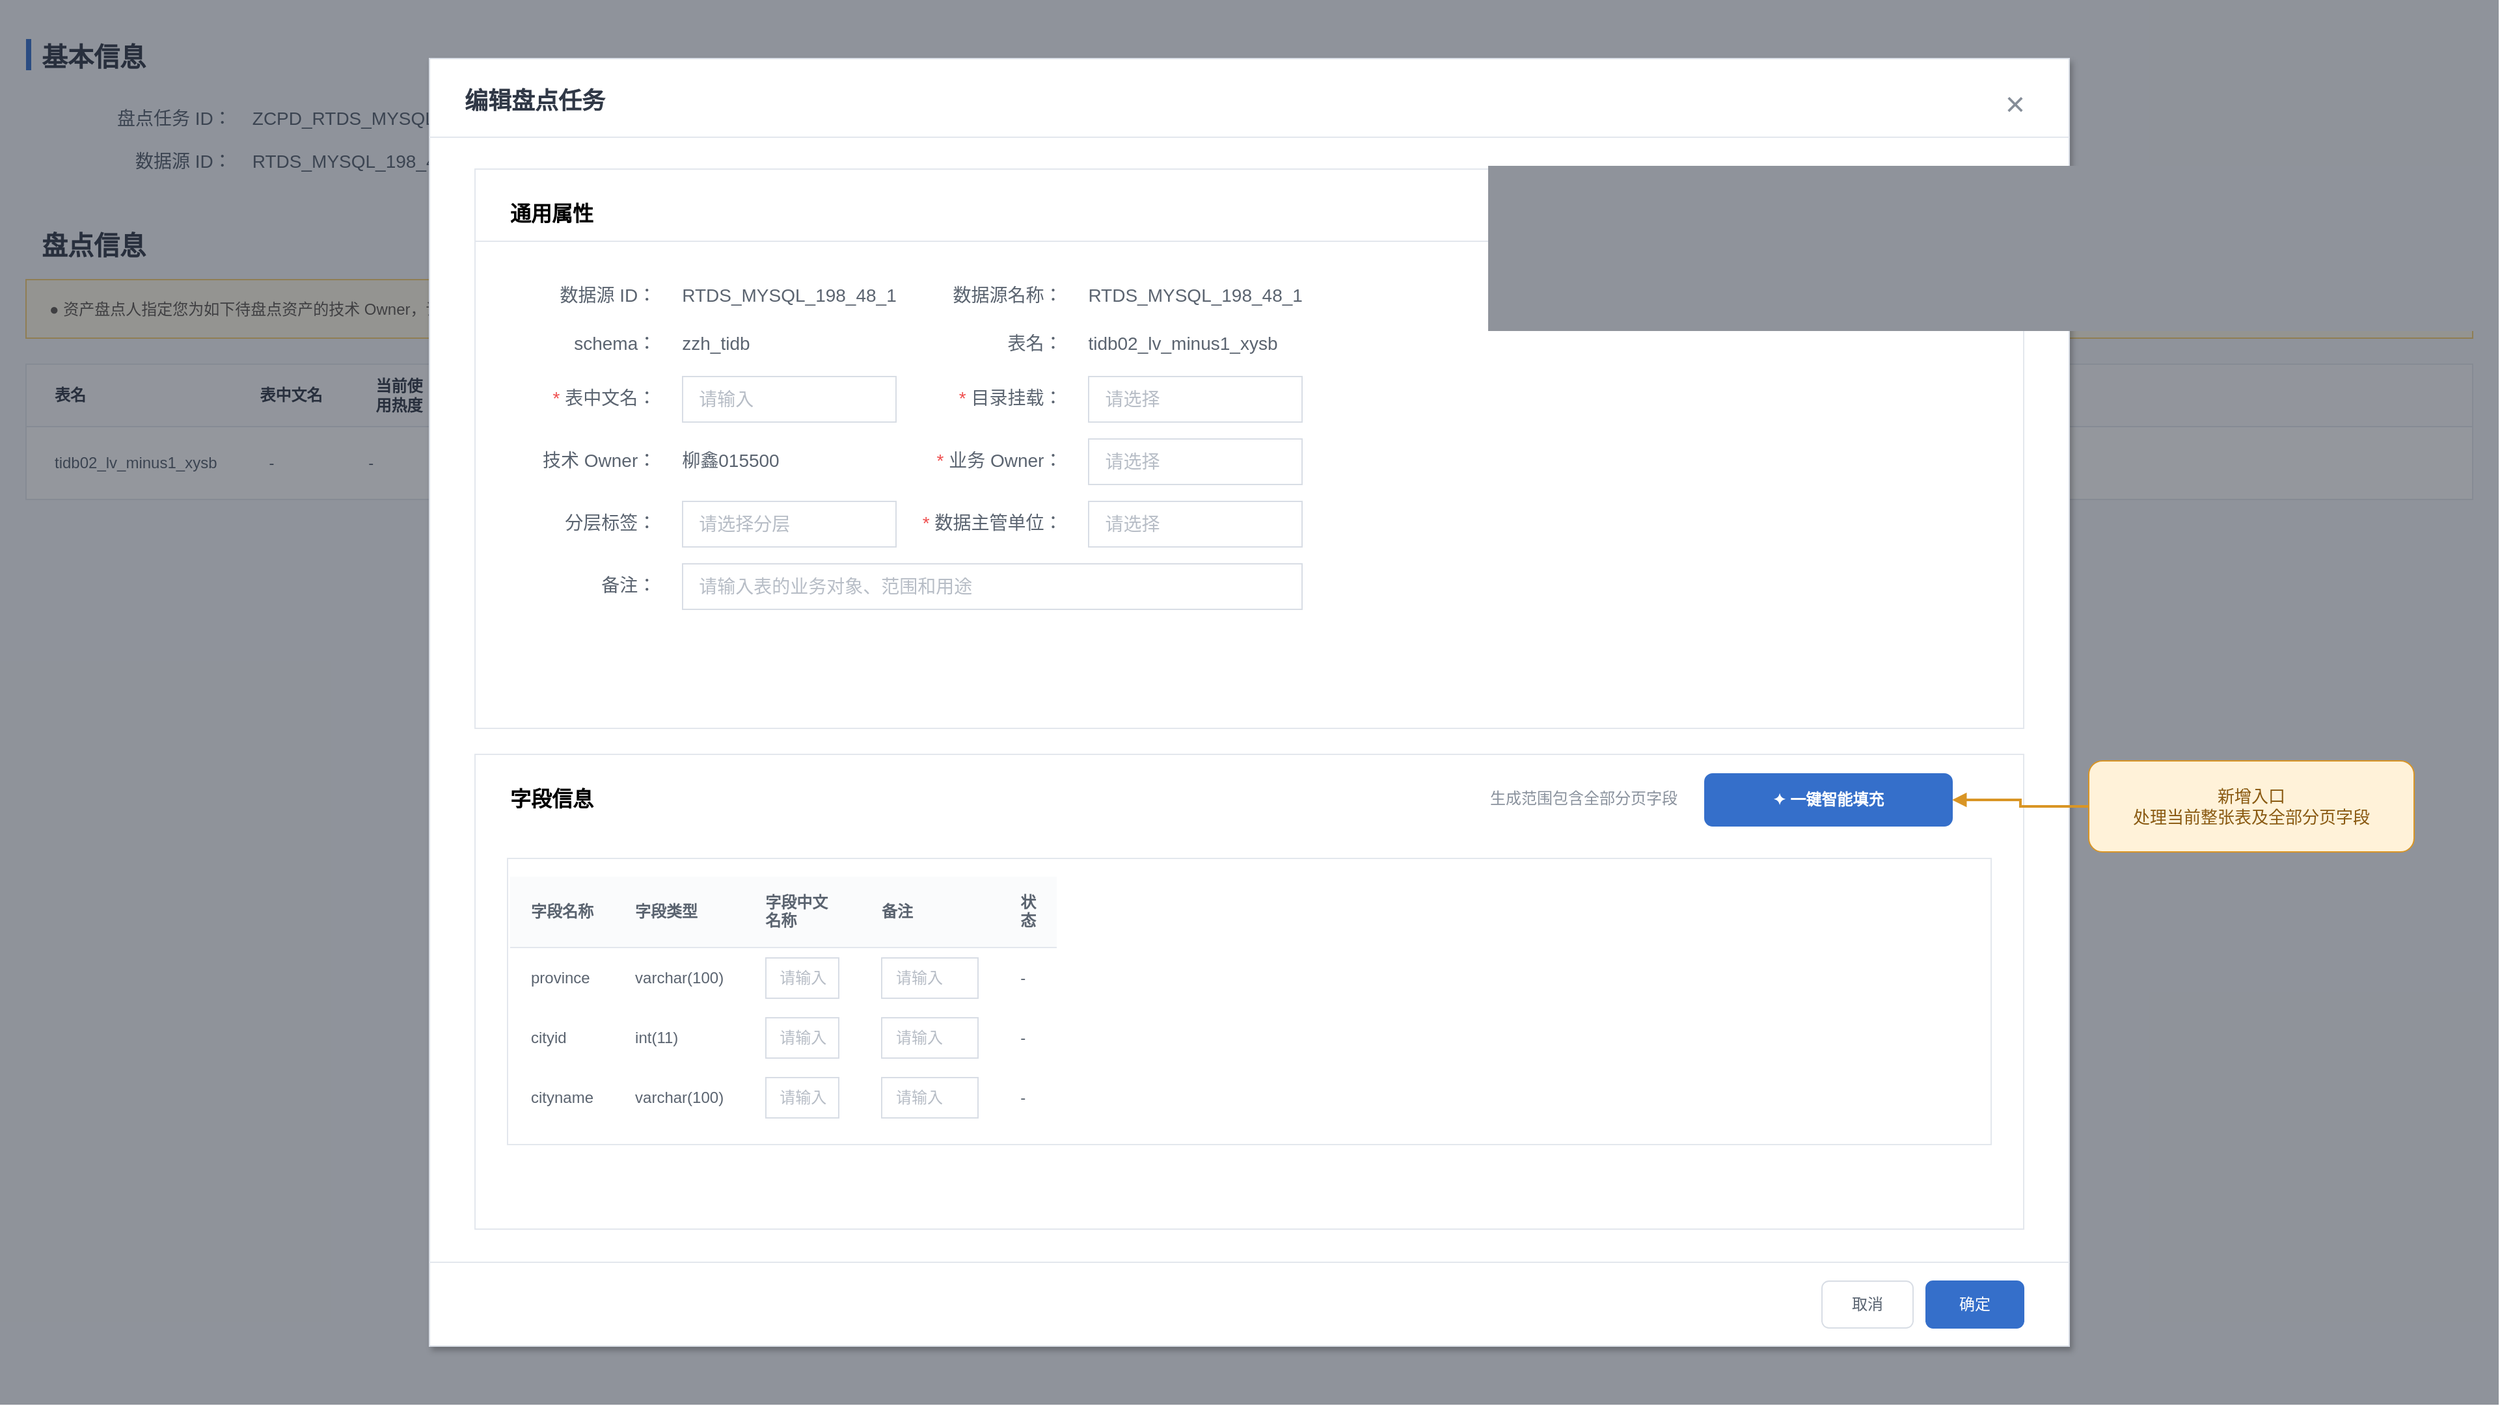
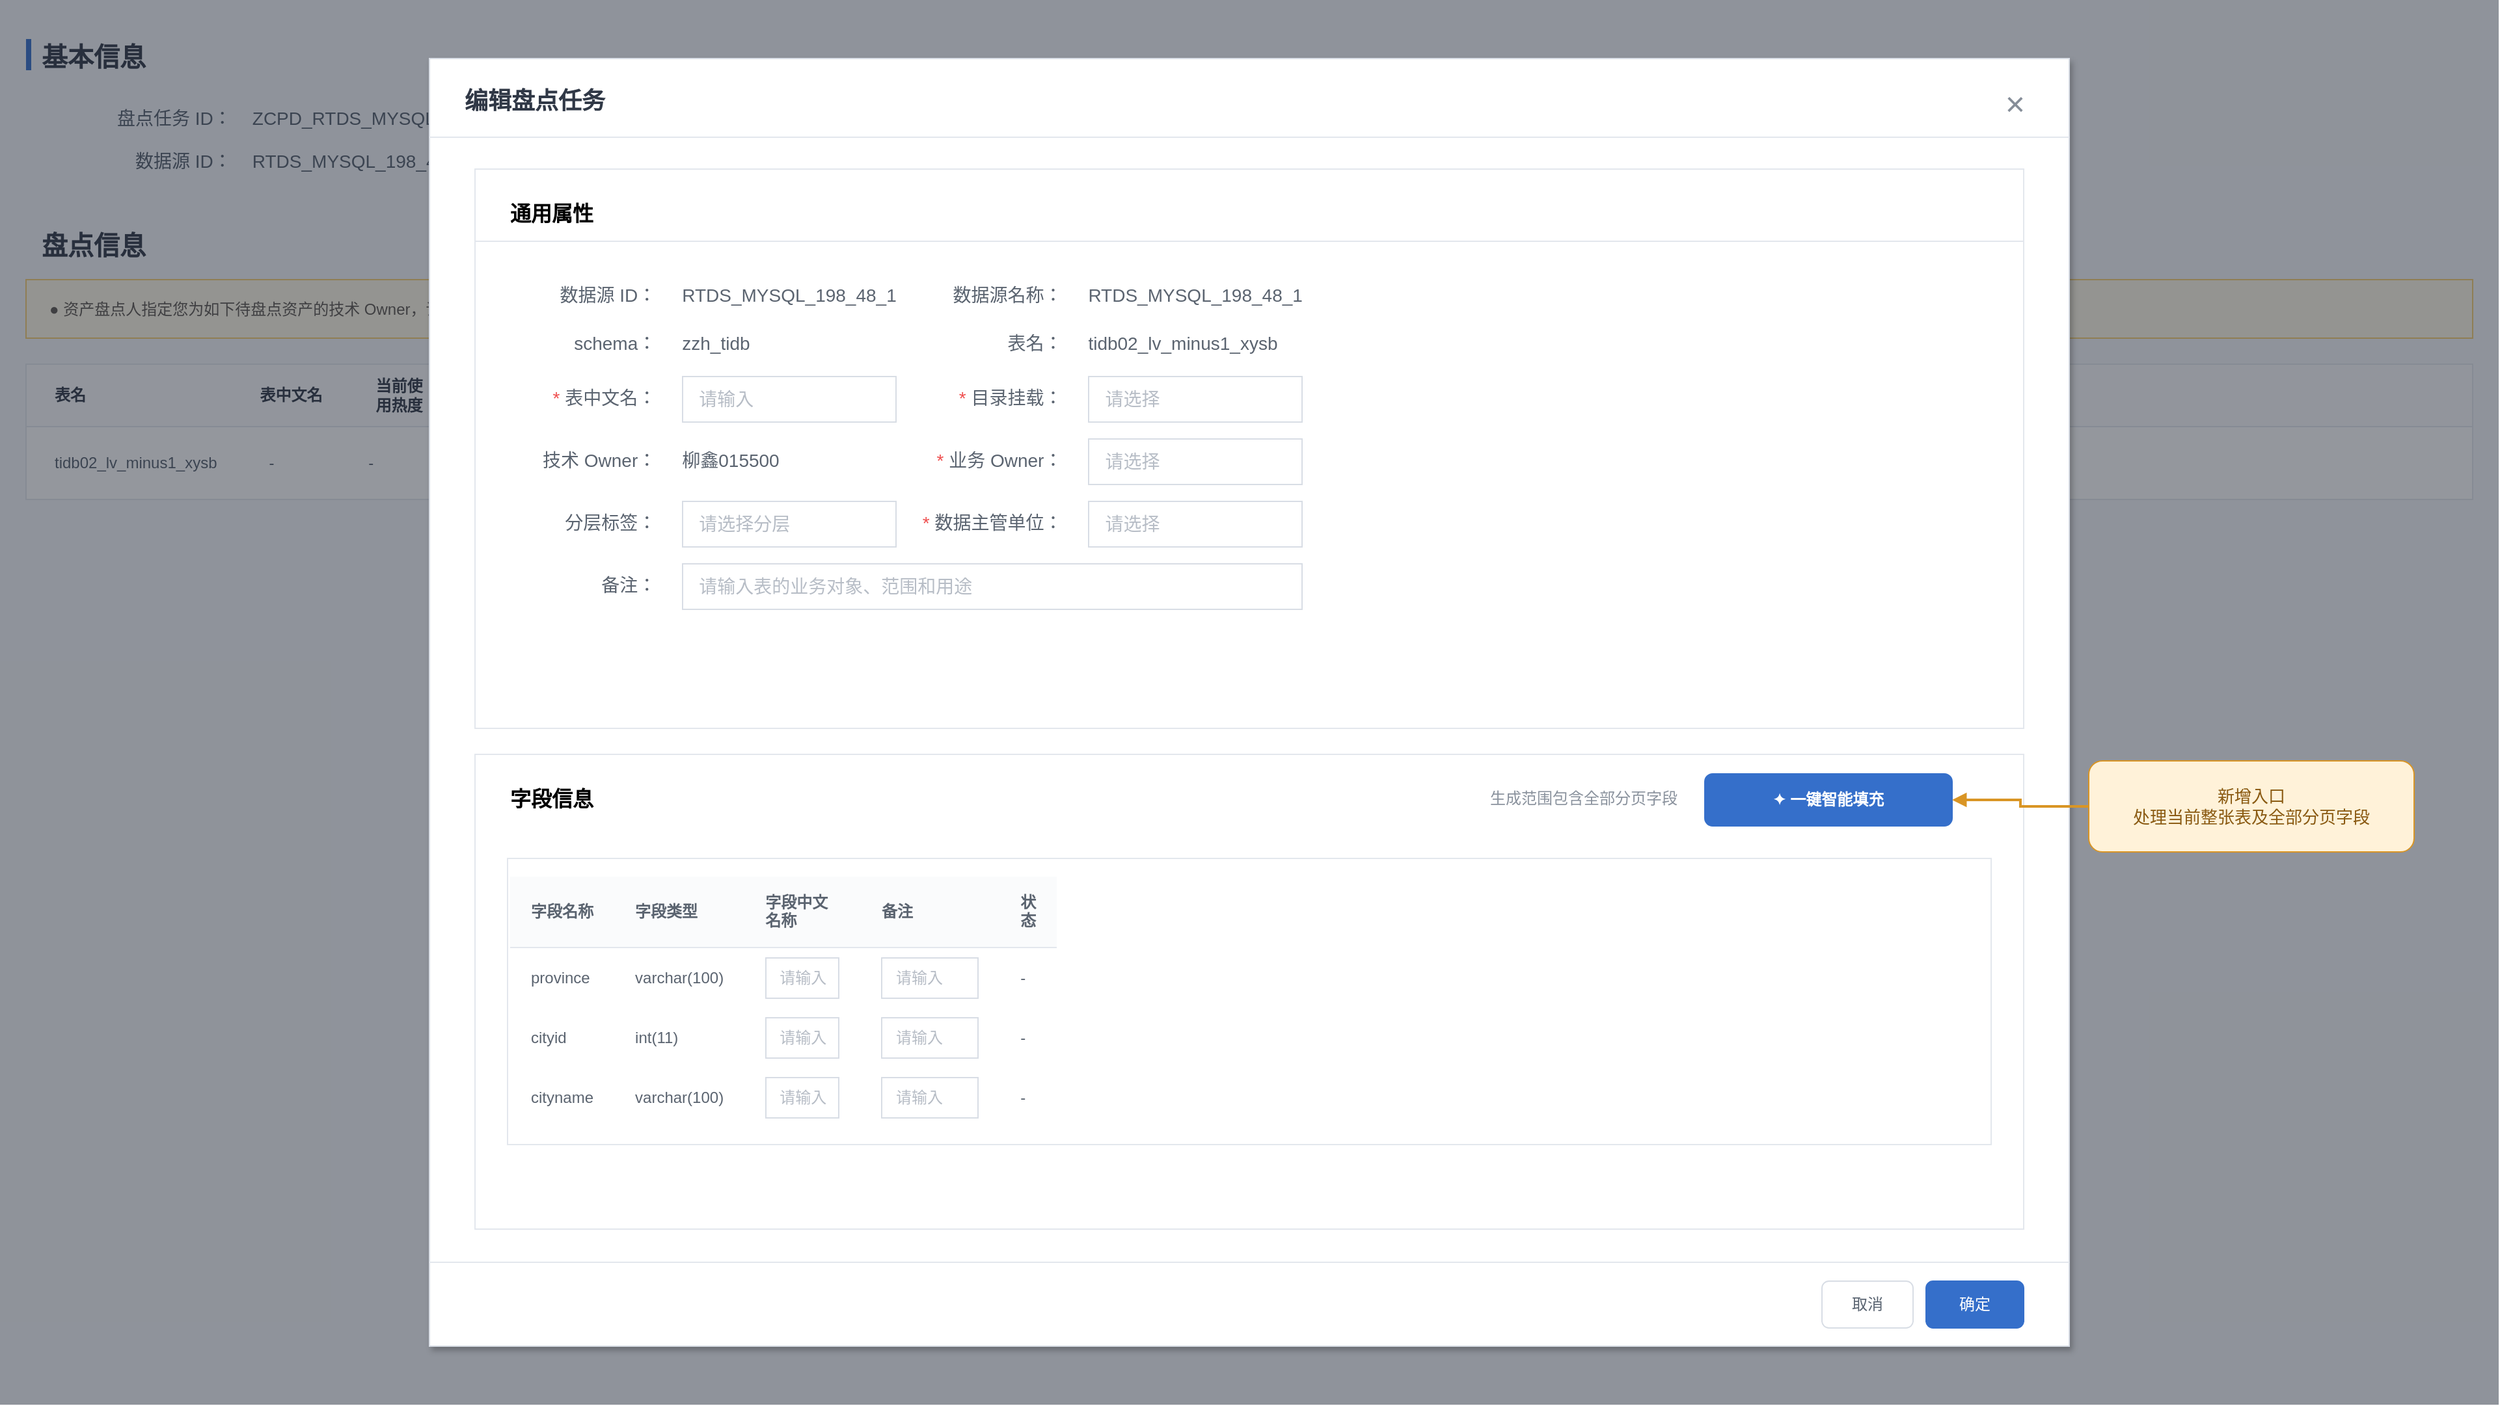
<?xml version="1.0" encoding="UTF-8"?>
<mxfile host="Electron" modified="2026-06-19T12:00:00.000Z" agent="Codex" version="26.0.4" type="device" compressed="false" pages="4">
  <diagram id="entry-page" name="01_一键填充入口">
    <mxGraphModel dx="1920" dy="1080" grid="1" gridSize="10" guides="1" tooltips="1" connect="1" arrows="1" fold="1" page="1" pageScale="1" pageWidth="1920" pageHeight="1080" math="0" shadow="0">
      <root>
        <mxCell id="0"/><mxCell id="1" parent="0"/>
        <mxCell id="bg" value="" style="rounded=0;whiteSpace=wrap;html=1;fillColor=#F5F7FA;strokeColor=none;" vertex="1" parent="1"><mxGeometry width="1920" height="1080" as="geometry"/></mxCell>
        <mxCell id="title1" value="基本信息" style="text;html=1;strokeColor=none;fillColor=none;align=left;verticalAlign=middle;fontSize=20;fontStyle=1;fontColor=#303846;" vertex="1" parent="1"><mxGeometry x="30" y="25" width="150" height="35" as="geometry"/></mxCell>
        <mxCell id="line1" value="" style="rounded=0;fillColor=#356FCA;strokeColor=none;" vertex="1" parent="1"><mxGeometry x="20" y="30" width="4" height="24" as="geometry"/></mxCell>
        <mxCell id="meta" value="&lt;table style=&quot;width:100%;border-collapse:collapse;&quot;&gt;&lt;tr&gt;&lt;td style=&quot;width:130px;text-align:right;padding:8px;&quot;&gt;盘点任务 ID：&lt;/td&gt;&lt;td style=&quot;width:420px;padding:8px;&quot;&gt;ZCPD_RTDS_MYSQL_198_48_1_PRD&lt;/td&gt;&lt;td style=&quot;width:130px;text-align:right;padding:8px;&quot;&gt;盘点任务名称：&lt;/td&gt;&lt;td style=&quot;width:300px;padding:8px;&quot;&gt;zc_test01&lt;/td&gt;&lt;td style=&quot;width:130px;text-align:right;padding:8px;&quot;&gt;流程创建时间：&lt;/td&gt;&lt;td style=&quot;padding:8px;&quot;&gt;2026-06-18 09:12:16&lt;/td&gt;&lt;/tr&gt;&lt;tr&gt;&lt;td style=&quot;text-align:right;padding:8px;&quot;&gt;数据源 ID：&lt;/td&gt;&lt;td style=&quot;padding:8px;&quot;&gt;RTDS_MYSQL_198_48_1&lt;/td&gt;&lt;td style=&quot;text-align:right;padding:8px;&quot;&gt;数据源名称：&lt;/td&gt;&lt;td style=&quot;padding:8px;&quot;&gt;RTDS_MYSQL_198_48_1&lt;/td&gt;&lt;td style=&quot;text-align:right;padding:8px;&quot;&gt;指南针系统：&lt;/td&gt;&lt;td style=&quot;padding:8px;&quot;&gt;实时数据同步 Morphling 平台&lt;/td&gt;&lt;/tr&gt;&lt;/table&gt;" style="text;html=1;strokeColor=none;fillColor=none;align=left;verticalAlign=top;fontSize=14;fontColor=#555F6D;" vertex="1" parent="1"><mxGeometry x="80" y="68" width="1760" height="90" as="geometry"/></mxCell>
        <mxCell id="section2" value="盘点信息" style="text;html=1;strokeColor=none;fillColor=none;align=left;fontSize=20;fontStyle=1;fontColor=#303846;" vertex="1" parent="1"><mxGeometry x="30" y="170" width="140" height="35" as="geometry"/></mxCell>
        <mxCell id="notice" value="● 资产盘点人指定您为如下待盘点资产的技术 Owner，请补齐数据表信息；一键智能填充结果仍需您确认。" style="rounded=0;whiteSpace=wrap;html=1;fillColor=#FFF9E7;strokeColor=#F4CF73;fontColor=#5C5650;align=left;spacingLeft=16;" vertex="1" parent="1"><mxGeometry x="20" y="215" width="1880" height="45" as="geometry"/></mxCell>
        <mxCell id="listhead" value="&lt;table style=&quot;width:100%;border-collapse:collapse;text-align:left;&quot;&gt;&lt;tr&gt;&lt;th style=&quot;width:25%;padding:14px 20px;&quot;&gt;表名&lt;/th&gt;&lt;th style=&quot;width:14%;padding:14px 20px;&quot;&gt;表中文名&lt;/th&gt;&lt;th style=&quot;width:12%;padding:14px 20px;&quot;&gt;当前使用热度&lt;/th&gt;&lt;th style=&quot;width:12%;padding:14px 20px;&quot;&gt;schema 名&lt;/th&gt;&lt;th style=&quot;width:14%;padding:14px 20px;&quot;&gt;技术 Owner&lt;/th&gt;&lt;th style=&quot;width:13%;padding:14px 20px;&quot;&gt;盘点流程进度&lt;/th&gt;&lt;th style=&quot;width:10%;padding:14px 20px;&quot;&gt;操作&lt;/th&gt;&lt;/tr&gt;&lt;/table&gt;" style="rounded=0;whiteSpace=wrap;html=1;fillColor=#FAFBFC;strokeColor=#E3E7ED;align=left;fontStyle=1;fontColor=#303846;" vertex="1" parent="1"><mxGeometry x="20" y="280" width="1880" height="48" as="geometry"/></mxCell>
        <mxCell id="listrow" value="&lt;table style=&quot;width:100%;border-collapse:collapse;text-align:left;&quot;&gt;&lt;tr&gt;&lt;td style=&quot;width:25%;padding:16px 20px;&quot;&gt;tidb02_lv_minus1_xysb&lt;/td&gt;&lt;td style=&quot;width:14%;padding:16px 20px;&quot;&gt;-&lt;/td&gt;&lt;td style=&quot;width:12%;padding:16px 20px;&quot;&gt;-&lt;/td&gt;&lt;td style=&quot;width:12%;padding:16px 20px;&quot;&gt;zzh_tidb&lt;/td&gt;&lt;td style=&quot;width:14%;padding:16px 20px;&quot;&gt;柳鑫(015500)&lt;/td&gt;&lt;td style=&quot;width:13%;padding:16px 20px;&quot;&gt;待处理&lt;/td&gt;&lt;td style=&quot;width:10%;padding:16px 20px;color:#3976CE;&quot;&gt;处理确认&lt;/td&gt;&lt;/tr&gt;&lt;/table&gt;" style="rounded=0;whiteSpace=wrap;html=1;fillColor=#FFFFFF;strokeColor=#E3E7ED;align=left;fontColor=#555F6D;" vertex="1" parent="1"><mxGeometry x="20" y="328" width="1880" height="56" as="geometry"/></mxCell>
        <mxCell id="shade" value="" style="rounded=0;whiteSpace=wrap;html=1;fillColor=#202733;opacity=48;strokeColor=none;" vertex="1" parent="1"><mxGeometry width="1920" height="1080" as="geometry"/></mxCell>
        <mxCell id="modal" value="" style="rounded=0;whiteSpace=wrap;html=1;fillColor=#FFFFFF;strokeColor=#D8DDE5;shadow=1;" vertex="1" parent="1"><mxGeometry x="330" y="45" width="1260" height="990" as="geometry"/></mxCell>
        <mxCell id="modalTitle" value="编辑盘点任务" style="text;html=1;strokeColor=none;fillColor=none;align=left;verticalAlign=middle;fontSize=18;fontStyle=1;fontColor=#303846;" vertex="1" parent="1"><mxGeometry x="355" y="60" width="220" height="35" as="geometry"/></mxCell>
        <mxCell id="close" value="×" style="text;html=1;strokeColor=none;fillColor=none;align=center;fontSize=26;fontColor=#858D98;" vertex="1" parent="1"><mxGeometry x="1530" y="58" width="35" height="35" as="geometry"/></mxCell>
        <mxCell id="topline" value="" style="shape=line;strokeColor=#E3E7ED;" vertex="1" parent="1"><mxGeometry x="330" y="105" width="1260" height="1" as="geometry"/></mxCell>
        <mxCell id="commonPanel" value="" style="rounded=0;whiteSpace=wrap;html=1;fillColor=#FFFFFF;strokeColor=#E3E7ED;" vertex="1" parent="1"><mxGeometry x="365" y="130" width="1190" height="430" as="geometry"/></mxCell>
        <mxCell id="commonTitle" value="通用属性" style="text;html=1;strokeColor=none;fillColor=none;align=left;fontSize=16;fontStyle=1;" vertex="1" parent="1"><mxGeometry x="390" y="148" width="140" height="30" as="geometry"/></mxCell>
        <mxCell id="commonSep" value="" style="shape=line;strokeColor=#E3E7ED;" vertex="1" parent="1"><mxGeometry x="365" y="185" width="1190" height="1" as="geometry"/></mxCell>
        <mxCell id="source" value="&lt;table style=&quot;width:100%;border-collapse:collapse;&quot;&gt;&lt;tr&gt;&lt;td style=&quot;width:140px;text-align:right;padding:10px;&quot;&gt;数据源 ID：&lt;/td&gt;&lt;td style=&quot;width:380px;padding:10px;&quot;&gt;RTDS_MYSQL_198_48_1&lt;/td&gt;&lt;td style=&quot;width:140px;text-align:right;padding:10px;&quot;&gt;数据源名称：&lt;/td&gt;&lt;td style=&quot;width:380px;padding:10px;&quot;&gt;RTDS_MYSQL_198_48_1&lt;/td&gt;&lt;/tr&gt;&lt;tr&gt;&lt;td style=&quot;text-align:right;padding:10px;&quot;&gt;schema：&lt;/td&gt;&lt;td style=&quot;padding:10px;&quot;&gt;zzh_tidb&lt;/td&gt;&lt;td style=&quot;text-align:right;padding:10px;&quot;&gt;表名：&lt;/td&gt;&lt;td style=&quot;padding:10px;&quot;&gt;tidb02_lv_minus1_xysb&lt;/td&gt;&lt;/tr&gt;&lt;tr&gt;&lt;td style=&quot;text-align:right;padding:10px;&quot;&gt;&lt;font color=&quot;#EF4F4F&quot;&gt;*&lt;/font&gt; 表中文名：&lt;/td&gt;&lt;td style=&quot;padding:6px 10px;&quot;&gt;&lt;div style=&quot;border:1px solid #D8DDE5;height:34px;line-height:34px;padding-left:12px;color:#B7BDC6;&quot;&gt;请输入&lt;/div&gt;&lt;/td&gt;&lt;td style=&quot;text-align:right;padding:10px;&quot;&gt;&lt;font color=&quot;#EF4F4F&quot;&gt;*&lt;/font&gt; 目录挂载：&lt;/td&gt;&lt;td style=&quot;padding:6px 10px;&quot;&gt;&lt;div style=&quot;border:1px solid #D8DDE5;height:34px;line-height:34px;padding-left:12px;color:#B7BDC6;&quot;&gt;请选择&lt;/div&gt;&lt;/td&gt;&lt;/tr&gt;&lt;tr&gt;&lt;td style=&quot;text-align:right;padding:10px;&quot;&gt;技术 Owner：&lt;/td&gt;&lt;td style=&quot;padding:10px;&quot;&gt;柳鑫015500&lt;/td&gt;&lt;td style=&quot;text-align:right;padding:10px;&quot;&gt;&lt;font color=&quot;#EF4F4F&quot;&gt;*&lt;/font&gt; 业务 Owner：&lt;/td&gt;&lt;td style=&quot;padding:6px 10px;&quot;&gt;&lt;div style=&quot;border:1px solid #D8DDE5;height:34px;line-height:34px;padding-left:12px;color:#B7BDC6;&quot;&gt;请选择&lt;/div&gt;&lt;/td&gt;&lt;/tr&gt;&lt;tr&gt;&lt;td style=&quot;text-align:right;padding:10px;&quot;&gt;分层标签：&lt;/td&gt;&lt;td style=&quot;padding:6px 10px;&quot;&gt;&lt;div style=&quot;border:1px solid #D8DDE5;height:34px;line-height:34px;padding-left:12px;color:#B7BDC6;&quot;&gt;请选择分层&lt;/div&gt;&lt;/td&gt;&lt;td style=&quot;text-align:right;padding:10px;&quot;&gt;&lt;font color=&quot;#EF4F4F&quot;&gt;*&lt;/font&gt; 数据主管单位：&lt;/td&gt;&lt;td style=&quot;padding:6px 10px;&quot;&gt;&lt;div style=&quot;border:1px solid #D8DDE5;height:34px;line-height:34px;padding-left:12px;color:#B7BDC6;&quot;&gt;请选择&lt;/div&gt;&lt;/td&gt;&lt;/tr&gt;&lt;tr&gt;&lt;td style=&quot;text-align:right;padding:10px;&quot;&gt;备注：&lt;/td&gt;&lt;td colspan=&quot;3&quot; style=&quot;padding:6px 10px;&quot;&gt;&lt;div style=&quot;border:1px solid #D8DDE5;height:34px;line-height:34px;padding-left:12px;color:#B7BDC6;&quot;&gt;请输入表的业务对象、范围和用途&lt;/div&gt;&lt;/td&gt;&lt;/tr&gt;&lt;/table&gt;" style="text;html=1;strokeColor=none;fillColor=none;align=left;verticalAlign=top;fontColor=#5B6470;fontSize=14;" vertex="1" parent="1"><mxGeometry x="405" y="202" width="1110" height="345" as="geometry"/></mxCell>
        <mxCell id="fieldPanel" value="" style="rounded=0;whiteSpace=wrap;html=1;fillColor=#FFFFFF;strokeColor=#E3E7ED;" vertex="1" parent="1"><mxGeometry x="365" y="580" width="1190" height="365" as="geometry"/></mxCell>
        <mxCell id="fieldTitle" value="字段信息" style="text;html=1;strokeColor=none;fillColor=none;align=left;fontSize=16;fontStyle=1;" vertex="1" parent="1"><mxGeometry x="390" y="598" width="120" height="34" as="geometry"/></mxCell>
        <mxCell id="scope" value="生成范围包含全部分页字段" style="text;html=1;strokeColor=none;fillColor=none;align=right;fontSize=12;fontColor=#8A929D;" vertex="1" parent="1"><mxGeometry x="1090" y="600" width="200" height="32" as="geometry"/></mxCell>
        <mxCell id="smartBtn" value="✦ 一键智能填充" style="rounded=1;whiteSpace=wrap;html=1;fillColor=#356FCA;strokeColor=#356FCA;fontColor=#FFFFFF;fontStyle=1;" vertex="1" parent="1"><mxGeometry x="1310" y="595" width="190" height="40" as="geometry"/></mxCell>
        <mxCell id="fieldHead" value="&lt;table style=&quot;width:100%;border-collapse:collapse;text-align:left;&quot;&gt;&lt;tr style=&quot;background:#FAFBFC;font-weight:bold;&quot;&gt;&lt;td style=&quot;width:18%;padding:13px 16px;border-bottom:1px solid #E3E7ED;&quot;&gt;字段名称&lt;/td&gt;&lt;td style=&quot;width:16%;padding:13px 16px;border-bottom:1px solid #E3E7ED;&quot;&gt;字段类型&lt;/td&gt;&lt;td style=&quot;width:25%;padding:13px 16px;border-bottom:1px solid #E3E7ED;&quot;&gt;字段中文名称&lt;/td&gt;&lt;td style=&quot;width:31%;padding:13px 16px;border-bottom:1px solid #E3E7ED;&quot;&gt;备注&lt;/td&gt;&lt;td style=&quot;width:10%;padding:13px 16px;border-bottom:1px solid #E3E7ED;&quot;&gt;状态&lt;/td&gt;&lt;/tr&gt;&lt;tr&gt;&lt;td style=&quot;padding:11px 16px;&quot;&gt;province&lt;/td&gt;&lt;td style=&quot;padding:11px 16px;&quot;&gt;varchar(100)&lt;/td&gt;&lt;td style=&quot;padding:7px 16px;&quot;&gt;&lt;div style=&quot;border:1px solid #D8DDE5;height:30px;line-height:30px;padding-left:10px;color:#B7BDC6;&quot;&gt;请输入&lt;/div&gt;&lt;/td&gt;&lt;td style=&quot;padding:7px 16px;&quot;&gt;&lt;div style=&quot;border:1px solid #D8DDE5;height:30px;line-height:30px;padding-left:10px;color:#B7BDC6;&quot;&gt;请输入&lt;/div&gt;&lt;/td&gt;&lt;td style=&quot;padding:11px 16px;&quot;&gt;-&lt;/td&gt;&lt;/tr&gt;&lt;tr&gt;&lt;td style=&quot;padding:11px 16px;&quot;&gt;cityid&lt;/td&gt;&lt;td style=&quot;padding:11px 16px;&quot;&gt;int(11)&lt;/td&gt;&lt;td style=&quot;padding:7px 16px;&quot;&gt;&lt;div style=&quot;border:1px solid #D8DDE5;height:30px;line-height:30px;padding-left:10px;color:#B7BDC6;&quot;&gt;请输入&lt;/div&gt;&lt;/td&gt;&lt;td style=&quot;padding:7px 16px;&quot;&gt;&lt;div style=&quot;border:1px solid #D8DDE5;height:30px;line-height:30px;padding-left:10px;color:#B7BDC6;&quot;&gt;请输入&lt;/div&gt;&lt;/td&gt;&lt;td style=&quot;padding:11px 16px;&quot;&gt;-&lt;/td&gt;&lt;/tr&gt;&lt;tr&gt;&lt;td style=&quot;padding:11px 16px;&quot;&gt;cityname&lt;/td&gt;&lt;td style=&quot;padding:11px 16px;&quot;&gt;varchar(100)&lt;/td&gt;&lt;td style=&quot;padding:7px 16px;&quot;&gt;&lt;div style=&quot;border:1px solid #D8DDE5;height:30px;line-height:30px;padding-left:10px;color:#B7BDC6;&quot;&gt;请输入&lt;/div&gt;&lt;/td&gt;&lt;td style=&quot;padding:7px 16px;&quot;&gt;&lt;div style=&quot;border:1px solid #D8DDE5;height:30px;line-height:30px;padding-left:10px;color:#B7BDC6;&quot;&gt;请输入&lt;/div&gt;&lt;/td&gt;&lt;td style=&quot;padding:11px 16px;&quot;&gt;-&lt;/td&gt;&lt;/tr&gt;&lt;/table&gt;" style="rounded=0;whiteSpace=wrap;html=1;fillColor=#FFFFFF;strokeColor=#E3E7ED;align=left;fontColor=#5B6470;" vertex="1" parent="1"><mxGeometry x="390" y="660" width="1140" height="220" as="geometry"/></mxCell>
        <mxCell id="annotation" value="新增入口&lt;br&gt;处理当前整张表及全部分页字段" style="rounded=1;whiteSpace=wrap;html=1;fillColor=#FFF2D9;strokeColor=#D99525;fontColor=#8A5A12;fontSize=13;" vertex="1" parent="1"><mxGeometry x="1605" y="585" width="250" height="70" as="geometry"/></mxCell>
        <mxCell id="arrow" style="edgeStyle=orthogonalEdgeStyle;rounded=0;orthogonalLoop=1;jettySize=auto;html=1;strokeColor=#D99525;strokeWidth=2;endArrow=block;endFill=1;" edge="1" parent="1" source="annotation" target="smartBtn"><mxGeometry relative="1" as="geometry"/></mxCell>
        <mxCell id="footerSep" value="" style="shape=line;strokeColor=#E3E7ED;" vertex="1" parent="1"><mxGeometry x="330" y="970" width="1260" height="1" as="geometry"/></mxCell>
        <mxCell id="cancel" value="取消" style="rounded=1;whiteSpace=wrap;html=1;fillColor=#FFFFFF;strokeColor=#D8DDE5;fontColor=#5B6572;" vertex="1" parent="1"><mxGeometry x="1400" y="985" width="70" height="36" as="geometry"/></mxCell>
        <mxCell id="ok" value="确定" style="rounded=1;whiteSpace=wrap;html=1;fillColor=#356FCA;strokeColor=#356FCA;fontColor=#FFFFFF;" vertex="1" parent="1"><mxGeometry x="1480" y="985" width="75" height="36" as="geometry"/></mxCell>
      </root>
    </mxGraphModel>
  </diagram>

  <diagram id="config-page" name="02_填充配置">
    <mxGraphModel dx="1920" dy="1080" grid="1" gridSize="10" guides="1" tooltips="1" connect="1" arrows="1" fold="1" page="1" pageScale="1" pageWidth="1920" pageHeight="1080" math="0" shadow="0">
      <root>
        <mxCell id="0"/><mxCell id="1" parent="0"/>
        <mxCell id="bg2" value="" style="rounded=0;fillColor=#F5F7FA;strokeColor=none;" vertex="1" parent="1"><mxGeometry width="1920" height="1080" as="geometry"/></mxCell>
        <mxCell id="modal2" value="" style="rounded=0;fillColor=#FFFFFF;strokeColor=#D8DDE5;shadow=1;" vertex="1" parent="1"><mxGeometry x="330" y="45" width="1260" height="990" as="geometry"/></mxCell>
        <mxCell id="modalTitle2" value="编辑盘点任务" style="text;html=1;strokeColor=none;fillColor=none;align=left;fontSize=18;fontStyle=1;" vertex="1" parent="1"><mxGeometry x="355" y="65" width="220" height="35" as="geometry"/></mxCell>
        <mxCell id="commonGhost" value="&lt;b&gt;通用属性&lt;/b&gt;&lt;br&gt;&lt;table style=&quot;width:100%;border-collapse:collapse;margin-top:20px;&quot;&gt;&lt;tr&gt;&lt;td style=&quot;width:140px;text-align:right;padding:10px;&quot;&gt;数据源 ID：&lt;/td&gt;&lt;td style=&quot;width:380px;padding:10px;&quot;&gt;RTDS_MYSQL_198_48_1&lt;/td&gt;&lt;td style=&quot;width:140px;text-align:right;padding:10px;&quot;&gt;数据源名称：&lt;/td&gt;&lt;td style=&quot;padding:10px;&quot;&gt;RTDS_MYSQL_198_48_1&lt;/td&gt;&lt;/tr&gt;&lt;tr&gt;&lt;td style=&quot;text-align:right;padding:10px;&quot;&gt;schema：&lt;/td&gt;&lt;td style=&quot;padding:10px;&quot;&gt;zzh_tidb&lt;/td&gt;&lt;td style=&quot;text-align:right;padding:10px;&quot;&gt;表名：&lt;/td&gt;&lt;td style=&quot;padding:10px;&quot;&gt;tidb02_lv_minus1_xysb&lt;/td&gt;&lt;/tr&gt;&lt;tr&gt;&lt;td style=&quot;text-align:right;padding:10px;&quot;&gt;表中文名：&lt;/td&gt;&lt;td style=&quot;padding:10px;&quot;&gt;[ 请输入 ]&lt;/td&gt;&lt;td style=&quot;text-align:right;padding:10px;&quot;&gt;目录挂载：&lt;/td&gt;&lt;td style=&quot;padding:10px;&quot;&gt;[ 请选择 ]&lt;/td&gt;&lt;/tr&gt;&lt;tr&gt;&lt;td style=&quot;text-align:right;padding:10px;&quot;&gt;技术 Owner：&lt;/td&gt;&lt;td style=&quot;padding:10px;&quot;&gt;柳鑫015500&lt;/td&gt;&lt;td style=&quot;text-align:right;padding:10px;&quot;&gt;业务 Owner：&lt;/td&gt;&lt;td style=&quot;padding:10px;&quot;&gt;[ 请选择 ]&lt;/td&gt;&lt;/tr&gt;&lt;tr&gt;&lt;td style=&quot;text-align:right;padding:10px;&quot;&gt;备注：&lt;/td&gt;&lt;td colspan=&quot;3&quot; style=&quot;padding:10px;&quot;&gt;[ 请输入表的业务对象、范围和用途 ]&lt;/td&gt;&lt;/tr&gt;&lt;/table&gt;" style="rounded=0;whiteSpace=wrap;html=1;fillColor=#FFFFFF;strokeColor=#E3E7ED;align=left;verticalAlign=top;spacing=22;fontColor=#69727E;fontSize=14;" vertex="1" parent="1"><mxGeometry x="365" y="125" width="1190" height="430" as="geometry"/></mxCell>
        <mxCell id="fieldsGhost" value="&lt;b&gt;字段信息&lt;/b&gt;&lt;table style=&quot;width:100%;border-collapse:collapse;margin-top:20px;text-align:left;&quot;&gt;&lt;tr&gt;&lt;th style=&quot;width:22%;padding:12px;&quot;&gt;字段名称&lt;/th&gt;&lt;th style=&quot;width:18%;padding:12px;&quot;&gt;字段类型&lt;/th&gt;&lt;th style=&quot;width:28%;padding:12px;&quot;&gt;字段中文名称&lt;/th&gt;&lt;th style=&quot;width:32%;padding:12px;&quot;&gt;备注&lt;/th&gt;&lt;/tr&gt;&lt;tr&gt;&lt;td style=&quot;padding:12px;&quot;&gt;province&lt;/td&gt;&lt;td style=&quot;padding:12px;&quot;&gt;varchar(100)&lt;/td&gt;&lt;td style=&quot;padding:12px;&quot;&gt;[ 请输入 ]&lt;/td&gt;&lt;td style=&quot;padding:12px;&quot;&gt;[ 请输入 ]&lt;/td&gt;&lt;/tr&gt;&lt;tr&gt;&lt;td style=&quot;padding:12px;&quot;&gt;cityid&lt;/td&gt;&lt;td style=&quot;padding:12px;&quot;&gt;int(11)&lt;/td&gt;&lt;td style=&quot;padding:12px;&quot;&gt;[ 请输入 ]&lt;/td&gt;&lt;td style=&quot;padding:12px;&quot;&gt;[ 请输入 ]&lt;/td&gt;&lt;/tr&gt;&lt;/table&gt;" style="rounded=0;whiteSpace=wrap;html=1;fillColor=#FFFFFF;strokeColor=#E3E7ED;align=left;verticalAlign=top;spacing=22;fontColor=#69727E;fontSize=14;" vertex="1" parent="1"><mxGeometry x="365" y="580" width="1190" height="360" as="geometry"/></mxCell>
        <mxCell id="localShade" value="" style="rounded=0;fillColor=#202733;opacity=22;strokeColor=none;" vertex="1" parent="1"><mxGeometry x="330" y="45" width="1260" height="990" as="geometry"/></mxCell>
        <mxCell id="configCard" value="" style="rounded=0;fillColor=#FFFFFF;strokeColor=#D8DDE5;shadow=1;" vertex="1" parent="1"><mxGeometry x="620" y="230" width="680" height="585" as="geometry"/></mxCell>
        <mxCell id="configTitle" value="一键智能填充" style="text;html=1;strokeColor=none;fillColor=none;align=left;fontSize=18;fontStyle=1;" vertex="1" parent="1"><mxGeometry x="650" y="250" width="220" height="35" as="geometry"/></mxCell>
        <mxCell id="configLine" value="" style="shape=line;strokeColor=#E3E7ED;" vertex="1" parent="1"><mxGeometry x="620" y="300" width="680" height="1" as="geometry"/></mxCell>
        <mxCell id="fillLabel" value="填充内容" style="text;html=1;strokeColor=none;fillColor=none;align=left;fontStyle=1;fontSize=15;" vertex="1" parent="1"><mxGeometry x="655" y="325" width="150" height="30" as="geometry"/></mxCell>
        <mxCell id="checks" value="☑ 表中文名　　　　　　　　　　　☑ 表备注&lt;br&gt;&lt;br&gt;☑ 字段中文名称　　　　　　　　　☑ 字段备注" style="text;html=1;strokeColor=none;fillColor=none;align=left;verticalAlign=top;fontSize=14;fontColor=#3D4550;" vertex="1" parent="1"><mxGeometry x="660" y="370" width="560" height="80" as="geometry"/></mxCell>
        <mxCell id="modeLabel" value="填充方式" style="text;html=1;strokeColor=none;fillColor=none;align=left;fontStyle=1;fontSize=15;" vertex="1" parent="1"><mxGeometry x="655" y="460" width="150" height="30" as="geometry"/></mxCell>
        <mxCell id="mode1" value="● 仅填充空值&lt;br&gt;&lt;font color=&quot;#8A929D&quot;&gt;　 推荐，不覆盖任何人工已填写内容&lt;/font&gt;" style="rounded=1;whiteSpace=wrap;html=1;fillColor=#F2F7FF;strokeColor=#B9D6FF;align=left;spacingLeft=16;fontColor=#303846;" vertex="1" parent="1"><mxGeometry x="655" y="500" width="610" height="64" as="geometry"/></mxCell>
        <mxCell id="mode2" value="○ 覆盖 AI 生成内容&lt;br&gt;&lt;font color=&quot;#8A929D&quot;&gt;　 只更新未被人工修改的历史 AI 候选值&lt;/font&gt;" style="rounded=1;whiteSpace=wrap;html=1;fillColor=#FFFFFF;strokeColor=#E3E7ED;align=left;spacingLeft=16;fontColor=#303846;" vertex="1" parent="1"><mxGeometry x="655" y="575" width="610" height="64" as="geometry"/></mxCell>
        <mxCell id="mode3" value="○ 覆盖全部内容&lt;br&gt;&lt;font color=&quot;#8A929D&quot;&gt;　 提交前需要再次确认覆盖范围&lt;/font&gt;" style="rounded=1;whiteSpace=wrap;html=1;fillColor=#FFFFFF;strokeColor=#E3E7ED;align=left;spacingLeft=16;fontColor=#303846;" vertex="1" parent="1"><mxGeometry x="655" y="650" width="610" height="64" as="geometry"/></mxCell>
        <mxCell id="configFoot" value="" style="shape=line;strokeColor=#E3E7ED;" vertex="1" parent="1"><mxGeometry x="620" y="745" width="680" height="1" as="geometry"/></mxCell>
        <mxCell id="cancel2" value="取消" style="rounded=1;whiteSpace=wrap;html=1;fillColor=#FFFFFF;strokeColor=#D8DDE5;fontColor=#5B6572;" vertex="1" parent="1"><mxGeometry x="1090" y="765" width="75" height="36" as="geometry"/></mxCell>
        <mxCell id="start2" value="开始生成" style="rounded=1;whiteSpace=wrap;html=1;fillColor=#356FCA;strokeColor=#356FCA;fontColor=#FFFFFF;fontStyle=1;" vertex="1" parent="1"><mxGeometry x="1175" y="765" width="95" height="36" as="geometry"/></mxCell>
        <mxCell id="note2" value="默认仅填空值&lt;br&gt;避免覆盖人工内容" style="rounded=1;whiteSpace=wrap;html=1;fillColor=#FFF2D9;strokeColor=#D99525;fontColor=#8A5A12;" vertex="1" parent="1"><mxGeometry x="1360" y="500" width="220" height="70" as="geometry"/></mxCell>
        <mxCell id="arrow2" style="edgeStyle=orthogonalEdgeStyle;rounded=0;html=1;strokeColor=#D99525;strokeWidth=2;endArrow=block;endFill=1;" edge="1" parent="1" source="note2" target="mode1"><mxGeometry relative="1" as="geometry"/></mxCell>
      </root>
    </mxGraphModel>
  </diagram>

  <diagram id="progress-page" name="03_生成中">
    <mxGraphModel dx="1920" dy="1080" grid="1" gridSize="10" guides="1" tooltips="1" connect="1" arrows="1" fold="1" page="1" pageScale="1" pageWidth="1920" pageHeight="1080" math="0" shadow="0">
      <root>
        <mxCell id="0"/><mxCell id="1" parent="0"/>
        <mxCell id="bg3" value="" style="rounded=0;fillColor=#F5F7FA;strokeColor=none;" vertex="1" parent="1"><mxGeometry width="1920" height="1080" as="geometry"/></mxCell>
        <mxCell id="modal3" value="" style="rounded=0;fillColor=#FFFFFF;strokeColor=#D8DDE5;shadow=1;" vertex="1" parent="1"><mxGeometry x="330" y="45" width="1260" height="990" as="geometry"/></mxCell>
        <mxCell id="title3" value="编辑盘点任务" style="text;html=1;strokeColor=none;fillColor=none;align=left;fontSize=18;fontStyle=1;" vertex="1" parent="1"><mxGeometry x="355" y="65" width="220" height="35" as="geometry"/></mxCell>
        <mxCell id="common3" value="&lt;b&gt;通用属性&lt;/b&gt;&lt;br&gt;&lt;table style=&quot;width:100%;border-collapse:collapse;margin-top:20px;&quot;&gt;&lt;tr&gt;&lt;td style=&quot;width:140px;text-align:right;padding:10px;&quot;&gt;数据源 ID：&lt;/td&gt;&lt;td style=&quot;width:380px;padding:10px;&quot;&gt;RTDS_MYSQL_198_48_1&lt;/td&gt;&lt;td style=&quot;width:140px;text-align:right;padding:10px;&quot;&gt;数据源名称：&lt;/td&gt;&lt;td style=&quot;padding:10px;&quot;&gt;RTDS_MYSQL_198_48_1&lt;/td&gt;&lt;/tr&gt;&lt;tr&gt;&lt;td style=&quot;text-align:right;padding:10px;&quot;&gt;schema：&lt;/td&gt;&lt;td style=&quot;padding:10px;&quot;&gt;zzh_tidb&lt;/td&gt;&lt;td style=&quot;text-align:right;padding:10px;&quot;&gt;表名：&lt;/td&gt;&lt;td style=&quot;padding:10px;&quot;&gt;tidb02_lv_minus1_xysb&lt;/td&gt;&lt;/tr&gt;&lt;tr&gt;&lt;td style=&quot;text-align:right;padding:10px;&quot;&gt;表中文名：&lt;/td&gt;&lt;td style=&quot;padding:10px;&quot;&gt;[ 请输入 ]&lt;/td&gt;&lt;td style=&quot;text-align:right;padding:10px;&quot;&gt;目录挂载：&lt;/td&gt;&lt;td style=&quot;padding:10px;&quot;&gt;[ 请选择 ]&lt;/td&gt;&lt;/tr&gt;&lt;tr&gt;&lt;td style=&quot;text-align:right;padding:10px;&quot;&gt;技术 Owner：&lt;/td&gt;&lt;td style=&quot;padding:10px;&quot;&gt;柳鑫015500&lt;/td&gt;&lt;td style=&quot;text-align:right;padding:10px;&quot;&gt;业务 Owner：&lt;/td&gt;&lt;td style=&quot;padding:10px;&quot;&gt;[ 请选择 ]&lt;/td&gt;&lt;/tr&gt;&lt;tr&gt;&lt;td style=&quot;text-align:right;padding:10px;&quot;&gt;备注：&lt;/td&gt;&lt;td colspan=&quot;3&quot; style=&quot;padding:10px;&quot;&gt;[ 请输入表的业务对象、范围和用途 ]&lt;/td&gt;&lt;/tr&gt;&lt;/table&gt;" style="rounded=0;whiteSpace=wrap;html=1;fillColor=#FFFFFF;strokeColor=#E3E7ED;align=left;verticalAlign=top;spacing=22;fontColor=#69727E;fontSize=14;" vertex="1" parent="1"><mxGeometry x="365" y="125" width="1190" height="430" as="geometry"/></mxCell>
        <mxCell id="fields3" value="" style="rounded=0;fillColor=#FFFFFF;strokeColor=#E3E7ED;" vertex="1" parent="1"><mxGeometry x="365" y="580" width="1190" height="360" as="geometry"/></mxCell>
        <mxCell id="fieldTitle3" value="字段信息" style="text;html=1;strokeColor=none;fillColor=none;align=left;fontSize=16;fontStyle=1;" vertex="1" parent="1"><mxGeometry x="390" y="598" width="120" height="34" as="geometry"/></mxCell>
        <mxCell id="disabledBtn3" value="正在分析..." style="rounded=1;whiteSpace=wrap;html=1;fillColor=#9EB8DE;strokeColor=#9EB8DE;fontColor=#FFFFFF;" vertex="1" parent="1"><mxGeometry x="1330" y="595" width="170" height="40" as="geometry"/></mxCell>
        <mxCell id="progressText3" value="正在检索历史元数据与本体映射..." style="text;html=1;strokeColor=none;fillColor=none;align=left;fontColor=#657080;fontSize=13;" vertex="1" parent="1"><mxGeometry x="395" y="655" width="950" height="28" as="geometry"/></mxCell>
        <mxCell id="progressPct3" value="60%" style="text;html=1;strokeColor=none;fillColor=none;align=right;fontColor=#657080;fontSize=13;" vertex="1" parent="1"><mxGeometry x="1345" y="655" width="150" height="28" as="geometry"/></mxCell>
        <mxCell id="track3" value="" style="rounded=1;fillColor=#E8EDF3;strokeColor=none;" vertex="1" parent="1"><mxGeometry x="395" y="690" width="1100" height="9" as="geometry"/></mxCell>
        <mxCell id="bar3" value="" style="rounded=1;fillColor=#356FCA;strokeColor=none;" vertex="1" parent="1"><mxGeometry x="395" y="690" width="660" height="9" as="geometry"/></mxCell>
        <mxCell id="fieldHead3" value="&lt;table style=&quot;width:100%;border-collapse:collapse;text-align:left;&quot;&gt;&lt;tr style=&quot;background:#FAFBFC;font-weight:bold;&quot;&gt;&lt;td style=&quot;width:18%;padding:13px 16px;&quot;&gt;字段名称&lt;/td&gt;&lt;td style=&quot;width:16%;padding:13px 16px;&quot;&gt;字段类型&lt;/td&gt;&lt;td style=&quot;width:25%;padding:13px 16px;&quot;&gt;字段中文名称&lt;/td&gt;&lt;td style=&quot;width:31%;padding:13px 16px;&quot;&gt;备注&lt;/td&gt;&lt;td style=&quot;width:10%;padding:13px 16px;&quot;&gt;状态&lt;/td&gt;&lt;/tr&gt;&lt;tr&gt;&lt;td style=&quot;padding:11px 16px;&quot;&gt;province&lt;/td&gt;&lt;td style=&quot;padding:11px 16px;&quot;&gt;varchar(100)&lt;/td&gt;&lt;td style=&quot;padding:11px 16px;&quot;&gt;[ 请输入 ]&lt;/td&gt;&lt;td style=&quot;padding:11px 16px;&quot;&gt;[ 请输入 ]&lt;/td&gt;&lt;td style=&quot;padding:11px 16px;&quot;&gt;-&lt;/td&gt;&lt;/tr&gt;&lt;tr&gt;&lt;td style=&quot;padding:11px 16px;&quot;&gt;cityid&lt;/td&gt;&lt;td style=&quot;padding:11px 16px;&quot;&gt;int(11)&lt;/td&gt;&lt;td style=&quot;padding:11px 16px;&quot;&gt;[ 请输入 ]&lt;/td&gt;&lt;td style=&quot;padding:11px 16px;&quot;&gt;[ 请输入 ]&lt;/td&gt;&lt;td style=&quot;padding:11px 16px;&quot;&gt;-&lt;/td&gt;&lt;/tr&gt;&lt;tr&gt;&lt;td style=&quot;padding:11px 16px;&quot;&gt;cityname&lt;/td&gt;&lt;td style=&quot;padding:11px 16px;&quot;&gt;varchar(100)&lt;/td&gt;&lt;td style=&quot;padding:11px 16px;&quot;&gt;[ 请输入 ]&lt;/td&gt;&lt;td style=&quot;padding:11px 16px;&quot;&gt;[ 请输入 ]&lt;/td&gt;&lt;td style=&quot;padding:11px 16px;&quot;&gt;-&lt;/td&gt;&lt;/tr&gt;&lt;/table&gt;" style="rounded=0;whiteSpace=wrap;html=1;fillColor=#FFFFFF;strokeColor=#E3E7ED;align=left;fontColor=#5B6470;" vertex="1" parent="1"><mxGeometry x="390" y="730" width="1140" height="196" as="geometry"/></mxCell>
        <mxCell id="note3" value="生成期间仅禁用重复触发&lt;br&gt;其他字段仍可编辑" style="rounded=1;whiteSpace=wrap;html=1;fillColor=#F2F7FF;strokeColor=#B9D6FF;fontColor=#2367C6;" vertex="1" parent="1"><mxGeometry x="1620" y="650" width="235" height="70" as="geometry"/></mxCell>
        <mxCell id="arrow3" style="edgeStyle=orthogonalEdgeStyle;rounded=0;html=1;strokeColor=#356FCA;strokeWidth=2;endArrow=block;endFill=1;" edge="1" parent="1" source="note3" target="disabledBtn3"><mxGeometry relative="1" as="geometry"/></mxCell>
      </root>
    </mxGraphModel>
  </diagram>

  <diagram id="result-page" name="04_生成结果与依据">
    <mxGraphModel dx="1920" dy="1080" grid="1" gridSize="10" guides="1" tooltips="1" connect="1" arrows="1" fold="1" page="1" pageScale="1" pageWidth="1920" pageHeight="1080" math="0" shadow="0">
      <root>
        <mxCell id="0"/><mxCell id="1" parent="0"/>
        <mxCell id="bg4" value="" style="rounded=0;fillColor=#F5F7FA;strokeColor=none;" vertex="1" parent="1"><mxGeometry width="1920" height="1080" as="geometry"/></mxCell>
        <mxCell id="modal4" value="" style="rounded=0;fillColor=#FFFFFF;strokeColor=#D8DDE5;shadow=1;" vertex="1" parent="1"><mxGeometry x="80" y="35" width="1350" height="1010" as="geometry"/></mxCell>
        <mxCell id="title4" value="编辑盘点任务" style="text;html=1;strokeColor=none;fillColor=none;align=left;fontSize=18;fontStyle=1;" vertex="1" parent="1"><mxGeometry x="110" y="55" width="220" height="35" as="geometry"/></mxCell>
-         <mxCell id="common4" value="&lt;b&gt;通用属性&lt;/b&gt;&lt;br&gt;&lt;table style=&quot;width:100%;border-collapse:collapse;margin-top:18px;&quot;&gt;&lt;tr&gt;&lt;td style=&quot;width:130px;text-align:right;padding:9px;&quot;&gt;数据源 ID：&lt;/td&gt;&lt;td style=&quot;width:360px;padding:9px;&quot;&gt;RTDS_MYSQL_198_48_1&lt;/td&gt;&lt;td style=&quot;width:130px;text-align:right;padding:9px;&quot;&gt;数据源名称：&lt;/td&gt;&lt;td style=&quot;padding:9px;&quot;&gt;RTDS_MYSQL_198_48_1&lt;/td&gt;&lt;/tr&gt;&lt;tr&gt;&lt;td style=&quot;text-align:right;padding:9px;&quot;&gt;schema：&lt;/td&gt;&lt;td style=&quot;padding:9px;&quot;&gt;zzh_tidb&lt;/td&gt;&lt;td style=&quot;text-align:right;padding:9px;&quot;&gt;表名：&lt;/td&gt;&lt;td style=&quot;padding:9px;&quot;&gt;tidb02_lv_minus1_xysb&lt;/td&gt;&lt;/tr&gt;&lt;tr&gt;&lt;td style=&quot;text-align:right;padding:9px;&quot;&gt;表中文名：&lt;/td&gt;&lt;td style=&quot;padding:9px;color:#D99525;&quot;&gt;证据不足，请人工填写&lt;/td&gt;&lt;td style=&quot;text-align:right;padding:9px;&quot;&gt;目录挂载：&lt;/td&gt;&lt;td style=&quot;padding:9px;&quot;&gt;[ 请选择 ]&lt;/td&gt;&lt;/tr&gt;&lt;tr&gt;&lt;td style=&quot;text-align:right;padding:9px;&quot;&gt;技术 Owner：&lt;/td&gt;&lt;td style=&quot;padding:9px;&quot;&gt;柳鑫015500&lt;/td&gt;&lt;td style=&quot;text-align:right;padding:9px;&quot;&gt;业务 Owner：&lt;/td&gt;&lt;td style=&quot;padding:9px;&quot;&gt;[ 请选择 ]&lt;/td&gt;&lt;/tr&gt;&lt;tr&gt;&lt;td style=&quot;text-align:right;padding:9px;&quot;&gt;备注：&lt;/td&gt;&lt;td colspan=&quot;3&quot; style=&quot;padding:9px;&quot;&gt;包含省份与城市相关基础字段，具体业务范围需结合来源系统确认。 &lt;font color=&quot;#356FCA&quot;&gt;AI·中&lt;/font&gt;&lt;/td&gt;&lt;/tr&gt;&lt;/table&gt;" style="rounded=0;whiteSpace=wrap;html=1;fillColor=#FFFFFF;strokeColor=#E3E7ED;align=left;verticalAlign=top;spacing=22;fontColor=#69727E;fontSize=14;" vertex="1" parent="1"><mxGeometry x="110" y="110" width="1290" height="400" as="geometry"/></mxCell>
+         <mxCell id="common4" value="&lt;b&gt;通用属性&lt;/b&gt;&lt;br&gt;&lt;table style=&quot;width:100%;border-collapse:collapse;margin-top:18px;&quot;&gt;&lt;tr&gt;&lt;td style=&quot;width:130px;text-align:right;padding:9px;&quot;&gt;数据源 ID：&lt;/td&gt;&lt;td style=&quot;width:360px;padding:9px;&quot;&gt;RTDS_MYSQL_198_48_1&lt;/td&gt;&lt;td style=&quot;width:130px;text-align:right;padding:9px;&quot;&gt;数据源名称：&lt;/td&gt;&lt;td style=&quot;padding:9px;&quot;&gt;RTDS_MYSQL_198_48_1&lt;/td&gt;&lt;/tr&gt;&lt;tr&gt;&lt;td style=&quot;text-align:right;padding:9px;&quot;&gt;schema：&lt;/td&gt;&lt;td style=&quot;padding:9px;&quot;&gt;zzh_tidb&lt;/td&gt;&lt;td style=&quot;text-align:right;padding:9px;&quot;&gt;表名：&lt;/td&gt;&lt;td style=&quot;padding:9px;&quot;&gt;tidb02_lv_minus1_xysb&lt;/td&gt;&lt;/tr&gt;&lt;tr&gt;&lt;td style=&quot;text-align:right;padding:9px;&quot;&gt;表中文名：&lt;/td&gt;&lt;td style=&quot;padding:9px;color:#D99525;&quot;&gt;证据不足，请人工填写&lt;/td&gt;&lt;td style=&quot;text-align:right;padding:9px;&quot;&gt;目录挂载：&lt;/td&gt;&lt;td style=&quot;padding:9px;&quot;&gt;[ 请选择 ]&lt;/td&gt;&lt;/tr&gt;&lt;tr&gt;&lt;td style=&quot;text-align:right;padding:9px;&quot;&gt;技术 Owner：&lt;/td&gt;&lt;td style=&quot;padding:9px;&quot;&gt;柳鑫015500&lt;/td&gt;&lt;td style=&quot;text-align:right;padding:9px;&quot;&gt;业务 Owner：&lt;/td&gt;&lt;td style=&quot;padding:9px;&quot;&gt;[ 请选择 ]&lt;/td&gt;&lt;/tr&gt;&lt;tr&gt;&lt;td style=&quot;text-align:right;padding:9px;&quot;&gt;备注：&lt;/td&gt;&lt;td colspan=&quot;3&quot; style=&quot;padding:9px;&quot;&gt;包含省份与城市相关基础字段，具体业务范围需结合来源系统确认。 &lt;font color=&quot;#356FCA&quot;&gt;AI生成｜置信度：中&lt;/font&gt;&lt;/td&gt;&lt;/tr&gt;&lt;/table&gt;" style="rounded=0;whiteSpace=wrap;html=1;fillColor=#FFFFFF;strokeColor=#E3E7ED;align=left;verticalAlign=top;spacing=22;fontColor=#69727E;fontSize=14;" vertex="1" parent="1"><mxGeometry x="110" y="110" width="1290" height="400" as="geometry"/></mxCell>
        <mxCell id="fieldPanel4" value="" style="rounded=0;fillColor=#FFFFFF;strokeColor=#E3E7ED;" vertex="1" parent="1"><mxGeometry x="110" y="535" width="1290" height="440" as="geometry"/></mxCell>
        <mxCell id="fieldTitle4" value="字段信息" style="text;html=1;strokeColor=none;fillColor=none;align=left;fontSize=16;fontStyle=1;" vertex="1" parent="1"><mxGeometry x="135" y="552" width="120" height="32" as="geometry"/></mxCell>
        <mxCell id="refill4" value="✦ 重新智能填充" style="rounded=1;whiteSpace=wrap;html=1;fillColor=#356FCA;strokeColor=#356FCA;fontColor=#FFFFFF;" vertex="1" parent="1"><mxGeometry x="1190" y="548" width="170" height="38" as="geometry"/></mxCell>
        <mxCell id="summary4" value="&lt;b&gt;&lt;font color=&quot;#2367C6&quot;&gt;智能填充完成&lt;/font&gt;&lt;/b&gt;　表信息 1 项，字段信息 5 项；已跳过人工内容 0 项　　　　　低置信度 &lt;b&gt;2&lt;/b&gt; 项　待人工补充 &lt;b&gt;1&lt;/b&gt; 项　&lt;font color=&quot;#2874D2&quot;&gt;只看待处理项&lt;/font&gt;" style="rounded=0;whiteSpace=wrap;html=1;fillColor=#F2F7FF;strokeColor=#B9D6FF;align=left;spacingLeft=16;fontColor=#3D4652;" vertex="1" parent="1"><mxGeometry x="135" y="605" width="1240" height="50" as="geometry"/></mxCell>
-         <mxCell id="head4" value="&lt;table style=&quot;width:100%;border-collapse:collapse;text-align:left;&quot;&gt;&lt;tr style=&quot;background:#FAFBFC;font-weight:bold;&quot;&gt;&lt;td style=&quot;width:16%;padding:12px 14px;&quot;&gt;字段名称&lt;/td&gt;&lt;td style=&quot;width:14%;padding:12px 14px;&quot;&gt;字段类型&lt;/td&gt;&lt;td style=&quot;width:24%;padding:12px 14px;&quot;&gt;字段中文名称&lt;/td&gt;&lt;td style=&quot;width:36%;padding:12px 14px;&quot;&gt;备注&lt;/td&gt;&lt;td style=&quot;width:10%;padding:12px 14px;&quot;&gt;状态&lt;/td&gt;&lt;/tr&gt;&lt;tr style=&quot;background:#F8FBFF;&quot;&gt;&lt;td style=&quot;padding:12px 14px;&quot;&gt;province&lt;/td&gt;&lt;td style=&quot;padding:12px 14px;&quot;&gt;varchar(100)&lt;/td&gt;&lt;td style=&quot;padding:12px 14px;&quot;&gt;省份　&lt;font color=&quot;#356FCA&quot;&gt;AI·中&lt;/font&gt;&lt;/td&gt;&lt;td style=&quot;padding:12px 14px;&quot;&gt;省份名称或省级行政区标识，需结合样例确认。&lt;/td&gt;&lt;td style=&quot;padding:12px 14px;color:#D99525;&quot;&gt;需确认&lt;/td&gt;&lt;/tr&gt;&lt;tr style=&quot;background:#F8FBFF;&quot;&gt;&lt;td style=&quot;padding:12px 14px;&quot;&gt;cityid&lt;/td&gt;&lt;td style=&quot;padding:12px 14px;&quot;&gt;int(11)&lt;/td&gt;&lt;td style=&quot;padding:12px 14px;&quot;&gt;城市编码　&lt;font color=&quot;#356FCA&quot;&gt;AI·中&lt;/font&gt;&lt;/td&gt;&lt;td style=&quot;padding:12px 14px;&quot;&gt;城市的编码标识，建议结合关联表确认编码体系。&lt;/td&gt;&lt;td style=&quot;padding:12px 14px;color:#D99525;&quot;&gt;需确认&lt;/td&gt;&lt;/tr&gt;&lt;tr style=&quot;background:#F8FBFF;&quot;&gt;&lt;td style=&quot;padding:12px 14px;&quot;&gt;cityname&lt;/td&gt;&lt;td style=&quot;padding:12px 14px;&quot;&gt;varchar(100)&lt;/td&gt;&lt;td style=&quot;padding:12px 14px;&quot;&gt;城市名称　&lt;font color=&quot;#2F9B63&quot;&gt;AI·高&lt;/font&gt;&lt;/td&gt;&lt;td style=&quot;padding:12px 14px;&quot;&gt;城市的中文名称，与 cityid 字段配套使用。&lt;/td&gt;&lt;td style=&quot;padding:12px 14px;&quot;&gt;已生成&lt;/td&gt;&lt;/tr&gt;&lt;tr&gt;&lt;td style=&quot;padding:12px 14px;&quot;&gt;amt&lt;/td&gt;&lt;td style=&quot;padding:12px 14px;&quot;&gt;decimal(18,2)&lt;/td&gt;&lt;td style=&quot;padding:12px 14px;color:#D99525;&quot;&gt;证据不足，请人工填写&lt;/td&gt;&lt;td style=&quot;padding:12px 14px;&quot;&gt;待人工补充&lt;/td&gt;&lt;td style=&quot;padding:12px 14px;color:#D99525;&quot;&gt;待补充&lt;/td&gt;&lt;/tr&gt;&lt;/table&gt;" style="rounded=0;whiteSpace=wrap;html=1;fillColor=#FFFFFF;strokeColor=#E3E7ED;align=left;fontColor=#5B6470;" vertex="1" parent="1"><mxGeometry x="135" y="675" width="1240" height="276" as="geometry"/></mxCell>
+         <mxCell id="head4" value="&lt;table style=&quot;width:100%;border-collapse:collapse;text-align:left;&quot;&gt;&lt;tr style=&quot;background:#FAFBFC;font-weight:bold;&quot;&gt;&lt;td style=&quot;width:16%;padding:12px 14px;&quot;&gt;字段名称&lt;/td&gt;&lt;td style=&quot;width:14%;padding:12px 14px;&quot;&gt;字段类型&lt;/td&gt;&lt;td style=&quot;width:24%;padding:12px 14px;&quot;&gt;字段中文名称&lt;/td&gt;&lt;td style=&quot;width:36%;padding:12px 14px;&quot;&gt;备注&lt;/td&gt;&lt;td style=&quot;width:10%;padding:12px 14px;&quot;&gt;状态&lt;/td&gt;&lt;/tr&gt;&lt;tr style=&quot;background:#F8FBFF;&quot;&gt;&lt;td style=&quot;padding:12px 14px;&quot;&gt;province&lt;/td&gt;&lt;td style=&quot;padding:12px 14px;&quot;&gt;varchar(100)&lt;/td&gt;&lt;td style=&quot;padding:12px 14px;&quot;&gt;省份　&lt;font color=&quot;#356FCA&quot;&gt;AI生成｜置信度：中&lt;/font&gt;&lt;/td&gt;&lt;td style=&quot;padding:12px 14px;&quot;&gt;省份名称或省级行政区标识，需结合样例确认。&lt;/td&gt;&lt;td style=&quot;padding:12px 14px;color:#D99525;&quot;&gt;需确认&lt;/td&gt;&lt;/tr&gt;&lt;tr style=&quot;background:#F8FBFF;&quot;&gt;&lt;td style=&quot;padding:12px 14px;&quot;&gt;cityid&lt;/td&gt;&lt;td style=&quot;padding:12px 14px;&quot;&gt;int(11)&lt;/td&gt;&lt;td style=&quot;padding:12px 14px;&quot;&gt;城市编码　&lt;font color=&quot;#356FCA&quot;&gt;AI生成｜置信度：中&lt;/font&gt;&lt;/td&gt;&lt;td style=&quot;padding:12px 14px;&quot;&gt;城市的编码标识，建议结合关联表确认编码体系。&lt;/td&gt;&lt;td style=&quot;padding:12px 14px;color:#D99525;&quot;&gt;需确认&lt;/td&gt;&lt;/tr&gt;&lt;tr style=&quot;background:#F8FBFF;&quot;&gt;&lt;td style=&quot;padding:12px 14px;&quot;&gt;cityname&lt;/td&gt;&lt;td style=&quot;padding:12px 14px;&quot;&gt;varchar(100)&lt;/td&gt;&lt;td style=&quot;padding:12px 14px;&quot;&gt;城市名称　&lt;font color=&quot;#2F9B63&quot;&gt;AI生成｜置信度：高&lt;/font&gt;&lt;/td&gt;&lt;td style=&quot;padding:12px 14px;&quot;&gt;城市的中文名称，与 cityid 字段配套使用。&lt;/td&gt;&lt;td style=&quot;padding:12px 14px;&quot;&gt;已生成&lt;/td&gt;&lt;/tr&gt;&lt;tr&gt;&lt;td style=&quot;padding:12px 14px;&quot;&gt;amt&lt;/td&gt;&lt;td style=&quot;padding:12px 14px;&quot;&gt;decimal(18,2)&lt;/td&gt;&lt;td style=&quot;padding:12px 14px;color:#D99525;&quot;&gt;证据不足，请人工填写&lt;/td&gt;&lt;td style=&quot;padding:12px 14px;&quot;&gt;待人工补充&lt;/td&gt;&lt;td style=&quot;padding:12px 14px;color:#D99525;&quot;&gt;待补充&lt;/td&gt;&lt;/tr&gt;&lt;/table&gt;" style="rounded=0;whiteSpace=wrap;html=1;fillColor=#FFFFFF;strokeColor=#E3E7ED;align=left;fontColor=#5B6470;" vertex="1" parent="1"><mxGeometry x="135" y="675" width="1240" height="276" as="geometry"/></mxCell>
        <mxCell id="drawerShade4" value="" style="rounded=0;fillColor=#202733;opacity=16;strokeColor=none;" vertex="1" parent="1"><mxGeometry width="1920" height="1080" as="geometry"/></mxCell>
        <mxCell id="drawer4" value="" style="rounded=0;fillColor=#FFFFFF;strokeColor=#D8DDE5;shadow=1;" vertex="1" parent="1"><mxGeometry x="1430" width="490" height="1080" as="geometry"/></mxCell>
        <mxCell id="drawerTitle4" value="AI 生成依据　　　　　　　　　　　　　　　　　×" style="text;html=1;strokeColor=none;fillColor=none;align=left;fontSize=18;fontStyle=1;" vertex="1" parent="1"><mxGeometry x="1460" y="35" width="420" height="40" as="geometry"/></mxCell>
        <mxCell id="drawerContent4" value="&lt;b&gt;字段&lt;/b&gt;&lt;br&gt;&lt;br&gt;cityid&lt;br&gt;&lt;br&gt;&lt;hr&gt;&lt;br&gt;&lt;b&gt;推荐结果&lt;/b&gt;&lt;br&gt;&lt;br&gt;城市编码　 &lt;font color=&quot;#D99525&quot;&gt;中置信度 76%&lt;/font&gt;&lt;br&gt;&lt;br&gt;&lt;hr&gt;&lt;br&gt;&lt;b&gt;生成依据&lt;/b&gt;&lt;br&gt;&lt;br&gt;• 字段名可拆分为 city + id&lt;br&gt;&lt;br&gt;• 字段类型为整数，符合编码类字段特征&lt;br&gt;&lt;br&gt;• 同表存在 cityname，可形成编码与名称组合&lt;br&gt;&lt;br&gt;&lt;hr&gt;&lt;br&gt;&lt;b&gt;人工确认建议&lt;/b&gt;&lt;br&gt;&lt;br&gt;建议结合样例值或关联表确认其为城市编码，而非内部自增主键。" style="text;html=1;strokeColor=none;fillColor=none;align=left;verticalAlign=top;fontSize=14;fontColor=#626C79;spacing=8;" vertex="1" parent="1"><mxGeometry x="1460" y="100" width="420" height="770" as="geometry"/></mxCell>
-         <mxCell id="note4" value="点击 AI 置信度标签&lt;br&gt;查看生成依据和人工建议" style="rounded=1;whiteSpace=wrap;html=1;fillColor=#FFF2D9;strokeColor=#D99525;fontColor=#8A5A12;" vertex="1" parent="1"><mxGeometry x="1120" y="790" width="250" height="65" as="geometry"/></mxCell>
+         <mxCell id="note4" value="AI生成：内容由系统智能生成&lt;br&gt;置信度：AI 对结果可靠程度的判断&lt;br&gt;中、低置信度需人工确认" style="rounded=0;whiteSpace=wrap;html=1;fillColor=#FFF2D9;strokeColor=#D99525;fontColor=#8A5A12;" vertex="1" parent="1"><mxGeometry x="1080" y="782" width="290" height="78" as="geometry"/></mxCell>
        <mxCell id="arrow4" style="edgeStyle=orthogonalEdgeStyle;rounded=0;html=1;strokeColor=#D99525;strokeWidth=2;endArrow=block;endFill=1;" edge="1" parent="1" source="note4" target="drawer4"><mxGeometry relative="1" as="geometry"/></mxCell>
      </root>
    </mxGraphModel>
  </diagram>
</mxfile>
